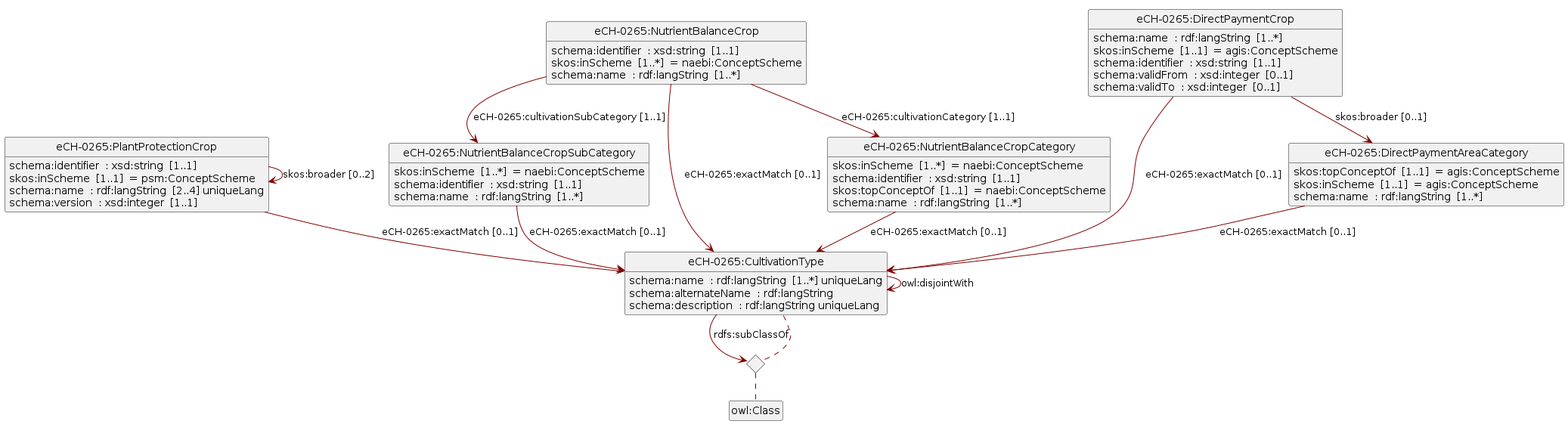
blw-ofag-ufag/eCH-0265 keeps this PlantUML diagram as assets/img/uml.png. Above is the earlier version. Source of this version:
```plantuml
@startuml
!pragma layout smetana
set namespaceSeparator none
skinparam classFontSize 14
!define LIGHTORANGE
!pragma svgSize <U+1F610> XX
skinparam componentStyle uml2
skinparam wrapMessageWidth 100
skinparam ArrowColor #Maroon
set namespaceSeparator none
Class "eCH-0265:NutrientBalanceCropSubCategory"
"eCH-0265:NutrientBalanceCropSubCategory" : skos:inScheme  [1..*]  = naebi:ConceptScheme
"eCH-0265:NutrientBalanceCropSubCategory" : schema:identifier  : xsd:string  [1..1]
"eCH-0265:NutrientBalanceCropSubCategory" : schema:name  : rdf:langString  [1..*]
"eCH-0265:NutrientBalanceCropSubCategory" --> "eCH-0265:CultivationType" : eCH-0265:exactMatch<U+00A0>[0..1]
Class "eCH-0265:PlantProtectionCrop"
"eCH-0265:PlantProtectionCrop" : schema:identifier  : xsd:string  [1..1]
"eCH-0265:PlantProtectionCrop" : skos:inScheme  [1..1]  = psm:ConceptScheme
"eCH-0265:PlantProtectionCrop" : schema:name  : rdf:langString  [2..4] uniqueLang
"eCH-0265:PlantProtectionCrop" : schema:version  : xsd:integer  [1..1]
"eCH-0265:PlantProtectionCrop" --> "eCH-0265:CultivationType" : eCH-0265:exactMatch<U+00A0>[0..1]
"eCH-0265:PlantProtectionCrop" --> "eCH-0265:PlantProtectionCrop" : skos:broader<U+00A0>[0..2]
Class "eCH-0265:NutrientBalanceCropCategory"
"eCH-0265:NutrientBalanceCropCategory" : skos:inScheme  [1..*]  = naebi:ConceptScheme
"eCH-0265:NutrientBalanceCropCategory" : schema:identifier  : xsd:string  [1..1]
"eCH-0265:NutrientBalanceCropCategory" : skos:topConceptOf  [1..1]  = naebi:ConceptScheme
"eCH-0265:NutrientBalanceCropCategory" : schema:name  : rdf:langString  [1..*]
"eCH-0265:NutrientBalanceCropCategory" --> "eCH-0265:CultivationType" : eCH-0265:exactMatch<U+00A0>[0..1]
Class "eCH-0265:NutrientBalanceCrop"
"eCH-0265:NutrientBalanceCrop" : schema:identifier  : xsd:string  [1..1]
"eCH-0265:NutrientBalanceCrop" : skos:inScheme  [1..*]  = naebi:ConceptScheme
"eCH-0265:NutrientBalanceCrop" : schema:name  : rdf:langString  [1..*]
"eCH-0265:NutrientBalanceCrop" --> "eCH-0265:NutrientBalanceCropSubCategory" : eCH-0265:cultivationSubCategory<U+00A0>[1..1]
"eCH-0265:NutrientBalanceCrop" --> "eCH-0265:NutrientBalanceCropCategory" : eCH-0265:cultivationCategory<U+00A0>[1..1]
"eCH-0265:NutrientBalanceCrop" --> "eCH-0265:CultivationType" : eCH-0265:exactMatch<U+00A0>[0..1]
Class "eCH-0265:DirectPaymentCrop"
"eCH-0265:DirectPaymentCrop" : schema:name  : rdf:langString  [1..*]
"eCH-0265:DirectPaymentCrop" : skos:inScheme  [1..1]  = agis:ConceptScheme
"eCH-0265:DirectPaymentCrop" : schema:identifier  : xsd:string  [1..1]
"eCH-0265:DirectPaymentCrop" : schema:validFrom  : xsd:integer  [0..1]
"eCH-0265:DirectPaymentCrop" : schema:validTo  : xsd:integer  [0..1]
"eCH-0265:DirectPaymentCrop" --> "eCH-0265:DirectPaymentAreaCategory" : skos:broader<U+00A0>[0..1]
"eCH-0265:DirectPaymentCrop" --> "eCH-0265:CultivationType" : eCH-0265:exactMatch<U+00A0>[0..1]
Class "eCH-0265:CultivationType"
"eCH-0265:CultivationType" : schema:name  : rdf:langString  [1..*] uniqueLang
"eCH-0265:CultivationType" : schema:alternateName  : rdf:langString
"eCH-0265:CultivationType" : schema:description  : rdf:langString uniqueLang
<> diamond_CultivationType_754c2f2836feccf524c94639193ec00a
"eCH-0265:CultivationType" --> "diamond_CultivationType_754c2f2836feccf524c94639193ec00a" : rdfs:subClassOf
diamond_CultivationType_754c2f2836feccf524c94639193ec00a ..  "eCH-0265:CultivationType"
diamond_CultivationType_754c2f2836feccf524c94639193ec00a ..  "owl:Class"
"eCH-0265:CultivationType" --> "eCH-0265:CultivationType" : owl:disjointWith
Class "eCH-0265:DirectPaymentAreaCategory"
"eCH-0265:DirectPaymentAreaCategory" : skos:topConceptOf  [1..1]  = agis:ConceptScheme
"eCH-0265:DirectPaymentAreaCategory" : skos:inScheme  [1..1]  = agis:ConceptScheme
"eCH-0265:DirectPaymentAreaCategory" : schema:name  : rdf:langString  [1..*]
"eCH-0265:DirectPaymentAreaCategory" --> "eCH-0265:CultivationType" : eCH-0265:exactMatch<U+00A0>[0..1]
hide circle
hide empty members
remove @unlinked
@enduml
```
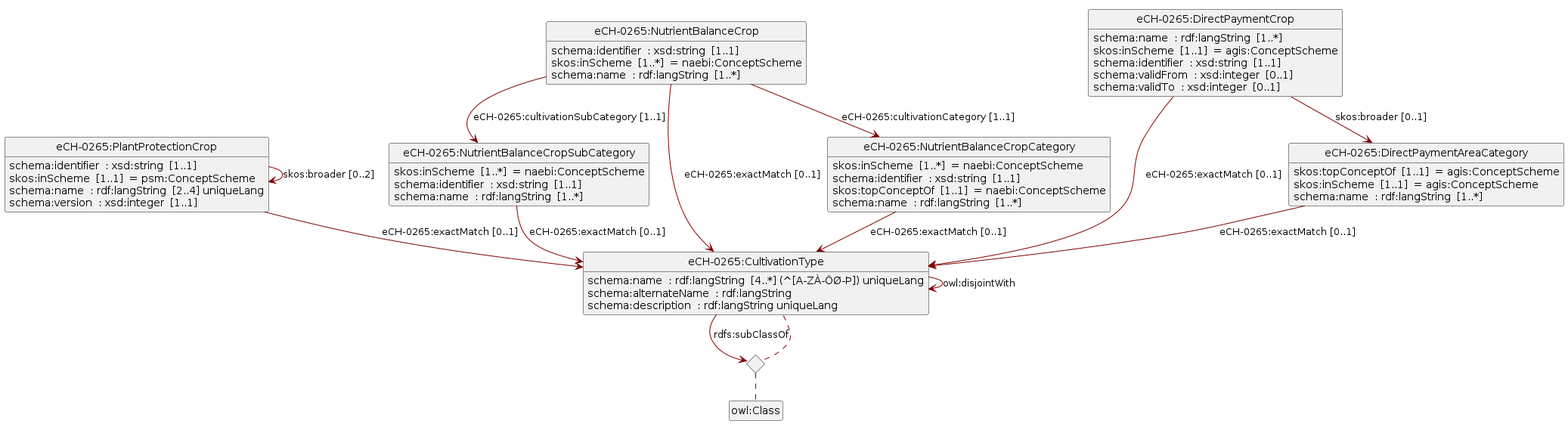
After the commit.

Change to the diagram source:
```diff
@@ -42,13 +42,13 @@
 "eCH-0265:DirectPaymentCrop" --> "eCH-0265:DirectPaymentAreaCategory" : skos:broader<U+00A0>[0..1]
 "eCH-0265:DirectPaymentCrop" --> "eCH-0265:CultivationType" : eCH-0265:exactMatch<U+00A0>[0..1]
 Class "eCH-0265:CultivationType"
-"eCH-0265:CultivationType" : schema:name  : rdf:langString  [1..*] uniqueLang
+"eCH-0265:CultivationType" : schema:name  : rdf:langString  [4..*] {field} (^[A-ZÀ-ÖØ-Þ]) uniqueLang
 "eCH-0265:CultivationType" : schema:alternateName  : rdf:langString
 "eCH-0265:CultivationType" : schema:description  : rdf:langString uniqueLang
-<> diamond_CultivationType_754c2f2836feccf524c94639193ec00a
-"eCH-0265:CultivationType" --> "diamond_CultivationType_754c2f2836feccf524c94639193ec00a" : rdfs:subClassOf
-diamond_CultivationType_754c2f2836feccf524c94639193ec00a ..  "eCH-0265:CultivationType"
-diamond_CultivationType_754c2f2836feccf524c94639193ec00a ..  "owl:Class"
+<> diamond_CultivationType_72d2b54e1c579353791183799646b648
+"eCH-0265:CultivationType" --> "diamond_CultivationType_72d2b54e1c579353791183799646b648" : rdfs:subClassOf
+diamond_CultivationType_72d2b54e1c579353791183799646b648 ..  "eCH-0265:CultivationType"
+diamond_CultivationType_72d2b54e1c579353791183799646b648 ..  "owl:Class"
 "eCH-0265:CultivationType" --> "eCH-0265:CultivationType" : owl:disjointWith
 Class "eCH-0265:DirectPaymentAreaCategory"
 "eCH-0265:DirectPaymentAreaCategory" : skos:topConceptOf  [1..1]  = agis:ConceptScheme
```
